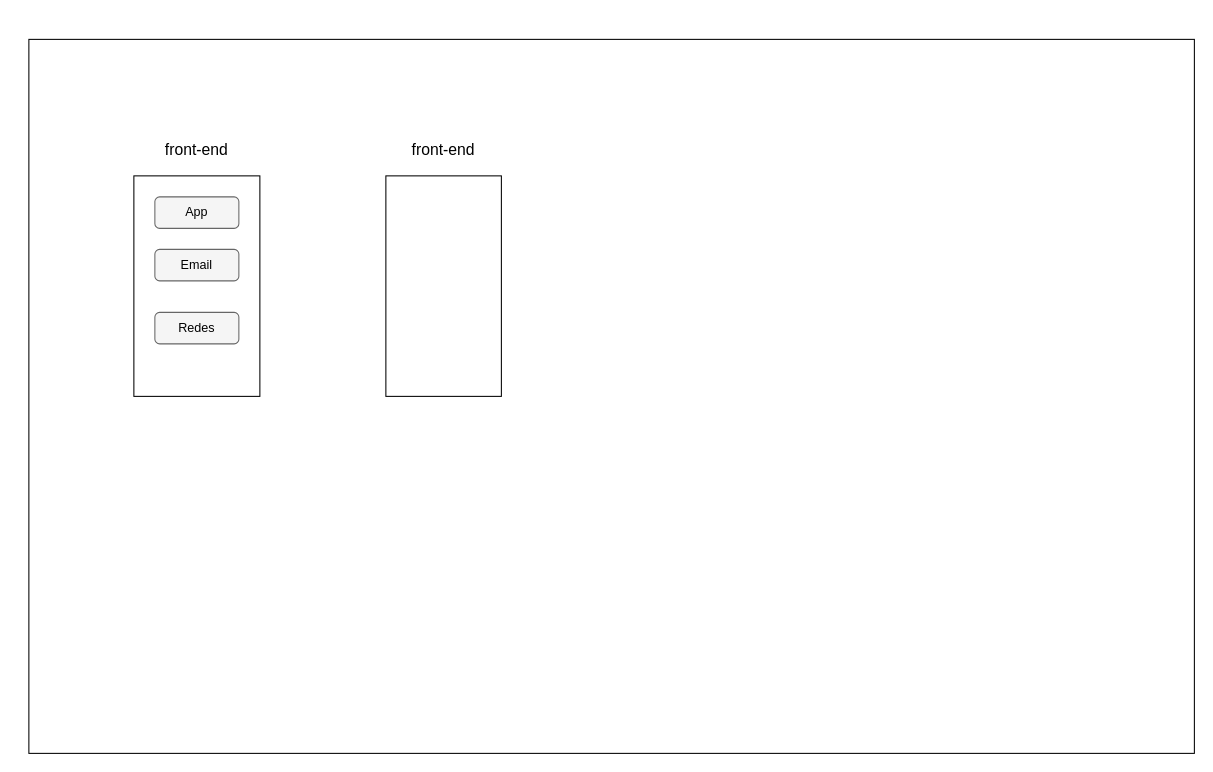
Above: Diagrama sem nome.drawio in JuliaNery/Draw.io (draw.io), before the change. Source tidied: cells renumbered, new cells numbered last; positions are measured from the earlier drawing's top-left corner, leaving out a move shared by most shapes. Both pictures are drawn from the tidied source at 105%, with x=0, y=0 at pixel (28, 39). Pictures stored in the file or linked from it are replaced by grey dashed boxes.
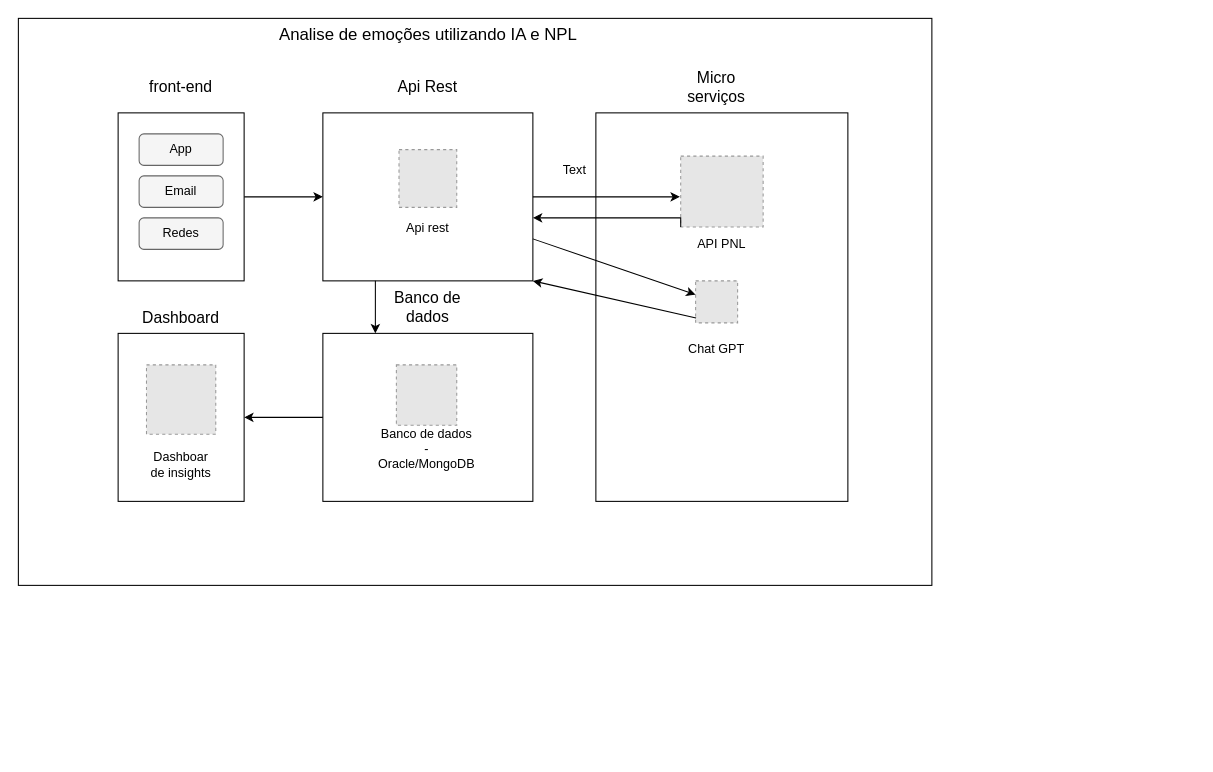
After the change.

The edit, as a diff of the source:
```diff
@@
     <mxCell id="2" style="rounded=0;whiteSpace=wrap;html=1;" parent="1" vertex="1">
-      <mxGeometry width="1110" height="680" as="geometry" />
+      <mxGeometry x="-10" y="-20" width="870" height="540" as="geometry" />
     </mxCell>
+    <mxCell id="13" style="edgeStyle=orthogonalEdgeStyle;rounded=0;jettySize=auto;html=1;exitX=1;exitY=0.5;exitDx=0;exitDy=0;entryX=0;entryY=0.5;entryDx=0;entryDy=0;" parent="1" edge="1" source="3" target="11">
+      <mxGeometry relative="1" as="geometry" />
+    </mxCell>
     <mxCell id="3" style="rounded=0;whiteSpace=wrap;html=1;" parent="1" vertex="1">
-      <mxGeometry x="100" y="130" width="120" height="210" as="geometry" />
+      <mxGeometry x="85" y="70" width="120" height="160" as="geometry" />
     </mxCell>
     <mxCell id="4" value="&lt;font style=&quot;font-size: 15px;&quot;&gt;front-end&lt;/font&gt;" style="text;html=1;align=center;verticalAlign=middle;whiteSpace=wrap;rounded=0;" parent="1" vertex="1">
-      <mxGeometry x="115" y="90" width="90" height="30" as="geometry" />
+      <mxGeometry x="100" y="30" width="90" height="30" as="geometry" />
     </mxCell>
     <mxCell id="5" style="rounded=1;whiteSpace=wrap;html=1;fillColor=#f5f5f5;fontColor=#333333;strokeColor=#666666;" parent="1" vertex="1">
-      <mxGeometry x="120" y="150" width="80" height="30" as="geometry" />
+      <mxGeometry x="105" y="90" width="80" height="30" as="geometry" />
     </mxCell>
     <mxCell id="6" value="App" style="text;html=1;align=center;verticalAlign=middle;whiteSpace=wrap;rounded=0;" parent="1" vertex="1">
-      <mxGeometry x="130" y="150" width="60" height="30" as="geometry" />
+      <mxGeometry x="115" y="90" width="60" height="30" as="geometry" />
     </mxCell>
     <mxCell id="7" style="rounded=1;whiteSpace=wrap;html=1;fillColor=#f5f5f5;fontColor=#333333;strokeColor=#666666;" parent="1" vertex="1">
-      <mxGeometry x="120" y="200" width="80" height="30" as="geometry" />
+      <mxGeometry x="105" y="130" width="80" height="30" as="geometry" />
     </mxCell>
     <mxCell id="8" value="Email" style="text;html=1;align=center;verticalAlign=middle;whiteSpace=wrap;rounded=0;" parent="1" vertex="1">
-      <mxGeometry x="130" y="200" width="60" height="30" as="geometry" />
+      <mxGeometry x="115" y="130" width="60" height="30" as="geometry" />
     </mxCell>
     <mxCell id="9" style="rounded=1;whiteSpace=wrap;html=1;fillColor=#f5f5f5;fontColor=#333333;strokeColor=#666666;" parent="1" vertex="1">
-      <mxGeometry x="120" y="260" width="80" height="30" as="geometry" />
+      <mxGeometry x="105" y="170" width="80" height="30" as="geometry" />
     </mxCell>
     <mxCell id="10" value="Redes" style="text;html=1;align=center;verticalAlign=middle;whiteSpace=wrap;rounded=0;" parent="1" vertex="1">
-      <mxGeometry x="130" y="260" width="60" height="30" as="geometry" />
+      <mxGeometry x="115" y="170" width="60" height="30" as="geometry" />
     </mxCell>
     <mxCell id="11" style="rounded=0;whiteSpace=wrap;html=1;" parent="1" vertex="1">
-      <mxGeometry x="340" y="130" width="110" height="210" as="geometry" />
+      <mxGeometry x="280" y="70" width="200" height="160" as="geometry" />
     </mxCell>
-    <mxCell id="12" value="&lt;font style=&quot;font-size: 15px;&quot;&gt;front-end&lt;/font&gt;" style="text;html=1;align=center;verticalAlign=middle;whiteSpace=wrap;rounded=0;" parent="1" vertex="1">
-      <mxGeometry x="350" y="90" width="90" height="30" as="geometry" />
+    <mxCell id="12" value="&lt;font style=&quot;font-size: 15px;&quot;&gt;Api Rest&lt;/font&gt;" style="text;html=1;align=center;verticalAlign=middle;whiteSpace=wrap;rounded=0;" parent="1" vertex="1">
+      <mxGeometry x="335" y="30" width="90" height="30" as="geometry" />
     </mxCell>
+    <mxCell id="14" style="fillColor=#E6E6E6;strokeColor=#999999;dashed=1;verticalLabelPosition=bottom;labelBackgroundColor=default;verticalAlign=top;" parent="1" vertex="1">
+      <mxGeometry x="352.5" y="105" width="55" height="55" as="geometry" />
+    </mxCell>
+    <mxCell id="15" style="rounded=0;whiteSpace=wrap;html=1;" parent="1" vertex="1">
+      <mxGeometry x="540" y="70" width="240" height="370" as="geometry" />
+    </mxCell>
+    <mxCell id="16" value="&lt;font style=&quot;font-size: 15px;&quot;&gt;Micro serviços&lt;/font&gt;" style="text;html=1;align=center;verticalAlign=middle;whiteSpace=wrap;rounded=0;" parent="1" vertex="1">
+      <mxGeometry x="610" y="30" width="90" height="30" as="geometry" />
+    </mxCell>
+    <mxCell id="17" value="Api rest" style="text;html=1;align=center;verticalAlign=middle;whiteSpace=wrap;rounded=0;" parent="1" vertex="1">
+      <mxGeometry x="350" y="165" width="60" height="30" as="geometry" />
+    </mxCell>
+    <mxCell id="18" style="rounded=0;whiteSpace=wrap;html=1;" parent="1" vertex="1">
+      <mxGeometry x="280" y="280" width="200" height="160" as="geometry" />
+    </mxCell>
+    <mxCell id="19" value="&lt;font style=&quot;font-size: 15px;&quot;&gt;Banco de dados&lt;/font&gt;" style="text;html=1;align=center;verticalAlign=middle;whiteSpace=wrap;rounded=0;" parent="1" vertex="1">
+      <mxGeometry x="335" y="240" width="90" height="30" as="geometry" />
+    </mxCell>
+    <mxCell id="20" style="rounded=0;whiteSpace=wrap;html=1;" parent="1" vertex="1">
+      <mxGeometry x="85" y="280" width="120" height="160" as="geometry" />
+    </mxCell>
+    <mxCell id="21" value="&lt;font style=&quot;font-size: 15px;&quot;&gt;Dashboard&lt;/font&gt;" style="text;html=1;align=center;verticalAlign=middle;whiteSpace=wrap;rounded=0;" parent="1" vertex="1">
+      <mxGeometry x="100" y="250" width="90" height="30" as="geometry" />
+    </mxCell>
+    <mxCell id="22" style="fillColor=#E6E6E6;strokeColor=#999999;dashed=1;verticalLabelPosition=bottom;labelBackgroundColor=default;verticalAlign=top;" parent="1" vertex="1">
+      <mxGeometry x="635" y="230" width="40" height="40" as="geometry" />
+    </mxCell>
+    <mxCell id="23" value="Chat GPT" style="text;html=1;align=center;verticalAlign=middle;whiteSpace=wrap;rounded=0;" parent="1" vertex="1">
+      <mxGeometry x="625" y="280" width="60" height="30" as="geometry" />
+    </mxCell>
+    <mxCell id="24" style="fillColor=#E6E6E6;strokeColor=#999999;dashed=1;verticalLabelPosition=bottom;labelBackgroundColor=default;verticalAlign=top;" parent="1" vertex="1">
+      <mxGeometry x="620.8" y="111.2" width="78.5" height="67.5" as="geometry" />
+    </mxCell>
+    <mxCell id="25" value="API PNL" style="text;html=1;align=center;verticalAlign=middle;whiteSpace=wrap;rounded=0;" parent="1" vertex="1">
+      <mxGeometry x="630" y="180" width="60" height="30" as="geometry" />
+    </mxCell>
+    <mxCell id="26" style="fillColor=#E6E6E6;strokeColor=#999999;dashed=1;verticalLabelPosition=bottom;labelBackgroundColor=default;verticalAlign=top;" parent="1" vertex="1">
+      <mxGeometry x="350" y="310" width="57.5" height="57.5" as="geometry" />
+    </mxCell>
+    <mxCell id="27" value="Banco de dados - Oracle/MongoDB" style="text;html=1;align=center;verticalAlign=middle;whiteSpace=wrap;rounded=0;" parent="1" vertex="1">
+      <mxGeometry x="348.8" y="370" width="60" height="40" as="geometry" />
+    </mxCell>
+    <mxCell id="28" style="endArrow=classic;html=1;rounded=0;exitX=0.011;exitY=0.886;exitDx=0;exitDy=0;exitPerimeter=0;entryX=1;entryY=1;entryDx=0;entryDy=0;" parent="1" edge="1" source="22" target="11">
+      <mxGeometry relative="1" as="geometry" />
+    </mxCell>
+    <mxCell id="29" style="edgeStyle=orthogonalEdgeStyle;rounded=0;jettySize=auto;html=1;exitX=1;exitY=0.5;exitDx=0;exitDy=0;" parent="1" edge="1" source="11">
+      <mxGeometry relative="1" as="geometry">
+        <mxPoint x="620" y="150" as="targetPoint" />
+      </mxGeometry>
+    </mxCell>
+    <mxCell id="30" style="endArrow=classic;html=1;rounded=0;exitX=1;exitY=0.75;exitDx=0;exitDy=0;" parent="1" edge="1" source="11" target="22">
+      <mxGeometry relative="1" as="geometry" />
+    </mxCell>
+    <mxCell id="31" style="edgeStyle=orthogonalEdgeStyle;rounded=0;jettySize=auto;html=1;exitX=0;exitY=1;exitDx=0;exitDy=0;" parent="1" edge="1" source="24">
+      <mxGeometry relative="1" as="geometry">
+        <mxPoint x="480" y="170" as="targetPoint" />
+        <Array as="points">
+          <mxPoint x="621" y="170" />
+          <mxPoint x="480" y="170" />
+        </Array>
+      </mxGeometry>
+    </mxCell>
+    <mxCell id="32" style="endArrow=classic;html=1;rounded=0;exitX=0.25;exitY=1;exitDx=0;exitDy=0;entryX=0.25;entryY=0;entryDx=0;entryDy=0;" parent="1" edge="1" source="11" target="18">
+      <mxGeometry relative="1" as="geometry" />
+    </mxCell>
+    <mxCell id="33" style="endArrow=classic;html=1;rounded=0;exitX=0;exitY=0.5;exitDx=0;exitDy=0;" parent="1" edge="1" source="18" target="20">
+      <mxGeometry relative="1" as="geometry" />
+    </mxCell>
+    <mxCell id="34" style="fillColor=#E6E6E6;strokeColor=#999999;dashed=1;verticalLabelPosition=bottom;labelBackgroundColor=default;verticalAlign=top;" parent="1" vertex="1">
+      <mxGeometry x="112" y="310" width="66" height="66" as="geometry" />
+    </mxCell>
+    <mxCell id="35" value="Dashboar de insights" style="text;html=1;align=center;verticalAlign=middle;whiteSpace=wrap;rounded=0;" parent="1" vertex="1">
+      <mxGeometry x="115" y="390" width="60" height="30" as="geometry" />
+    </mxCell>
+    <mxCell id="36" value="Text" style="text;html=1;align=center;verticalAlign=middle;whiteSpace=wrap;rounded=0;" parent="1" vertex="1">
+      <mxGeometry x="490" y="110" width="60" height="30" as="geometry" />
+    </mxCell>
+    <mxCell id="37" value="&lt;font style=&quot;font-size: 16px;&quot;&gt;Analise de emoções utilizando IA e NPL&lt;/font&gt;" style="text;html=1;align=center;verticalAlign=middle;strokeColor=none;fillColor=none;" parent="1" vertex="1">
+      <mxGeometry x="225" y="-20" width="310" height="30" as="geometry" />
+    </mxCell>
```
